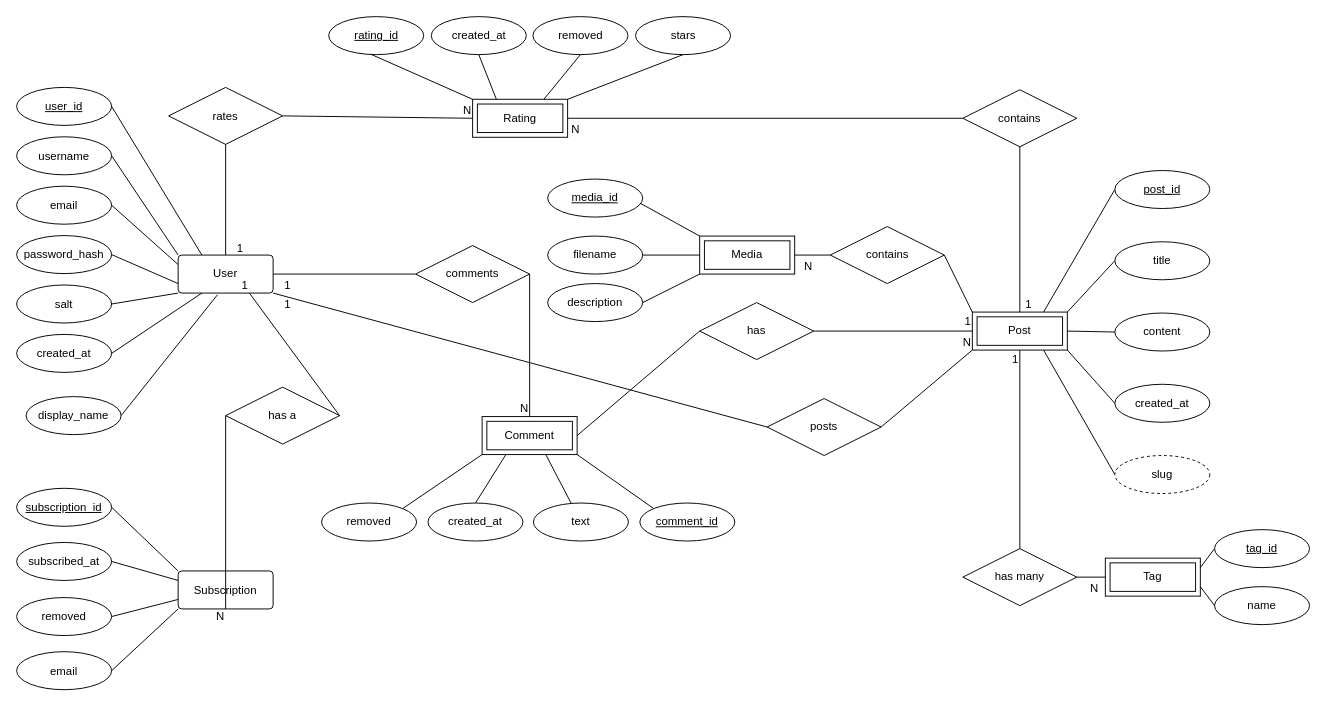
Before: diagrams/Untitled Diagram.drawio in blood-rogue/er-diagram, a draw.io diagram. Source tidied: cells renumbered, new cells numbered last; positions are measured from the earlier drawing's top-left corner, leaving out a move shared by most shapes. Both pictures are drawn from the tidied source at 95%, with x=0, y=0 at pixel (16, 16).
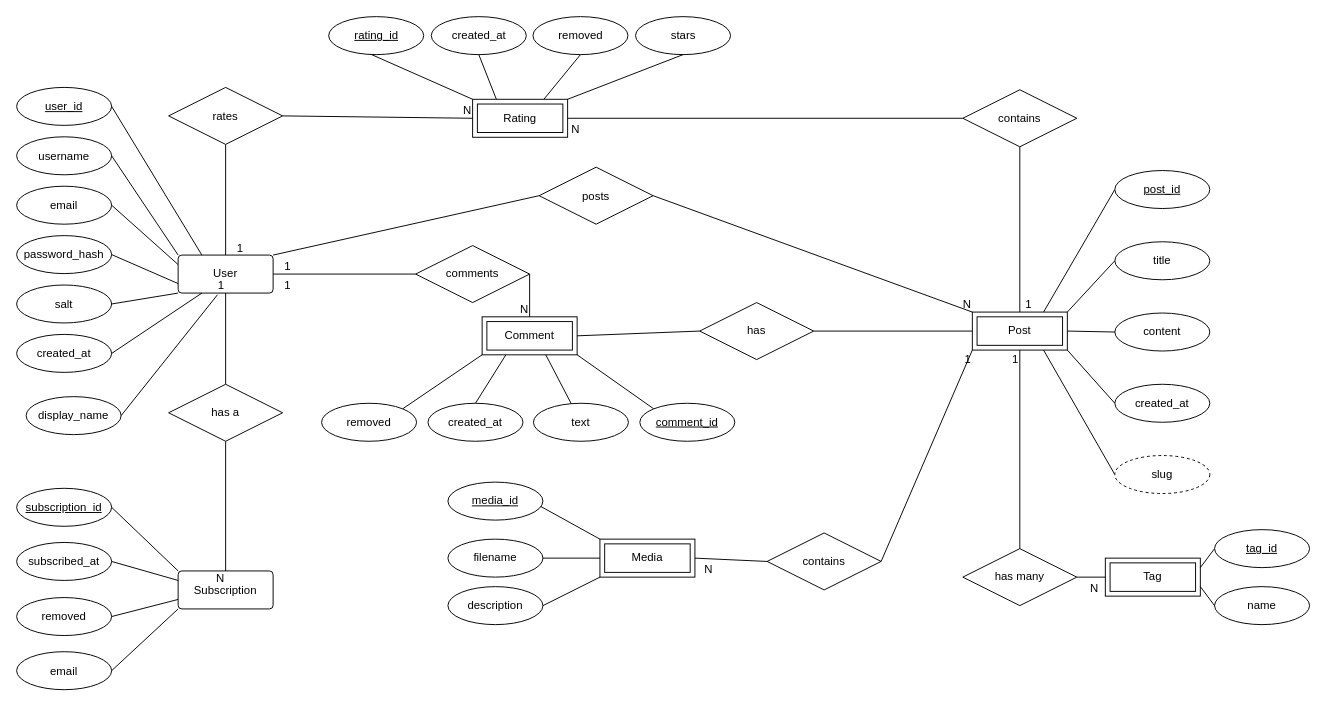
The same page after the edit.

Unchanged cells that the change refers to:
```xml
<mxCell id="8" value="User" style="rounded=1;arcSize=10;whiteSpace=wrap;html=1;align=center;" parent="1" vertex="1">
  <mxGeometry x="170" y="251" width="100" height="40" as="geometry" />
</mxCell>
<mxCell id="31" value="Post" style="shape=ext;margin=3;double=1;whiteSpace=wrap;html=1;align=center;" parent="1" vertex="1">
  <mxGeometry x="1006" y="311" width="100" height="40" as="geometry" />
</mxCell>
<mxCell id="41" value="Subscription" style="rounded=1;arcSize=10;whiteSpace=wrap;html=1;align=center;" parent="1" vertex="1">
  <mxGeometry x="170" y="583.5" width="100" height="40" as="geometry" />
</mxCell>
```

Change to the diagram source:
```diff
@@
     <mxCell id="10" value="Comment" style="shape=ext;margin=3;double=1;whiteSpace=wrap;html=1;align=center;" parent="1" vertex="1">
-      <mxGeometry x="490" y="421" width="100" height="40" as="geometry" />
+      <mxGeometry x="490" y="316" width="100" height="40" as="geometry" />
     </mxCell>
@@
     <mxCell id="12" value="Media" style="shape=ext;margin=3;double=1;whiteSpace=wrap;html=1;align=center;" parent="1" vertex="1">
-      <mxGeometry x="719" y="231" width="100" height="40" as="geometry" />
+      <mxGeometry x="614" y="550" width="100" height="40" as="geometry" />
     </mxCell>
@@
     <mxCell id="17" value="text" style="ellipse;whiteSpace=wrap;html=1;align=center;" parent="1" vertex="1">
-      <mxGeometry x="544" y="512" width="100" height="40" as="geometry" />
+      <mxGeometry x="544" y="407" width="100" height="40" as="geometry" />
     </mxCell>
     <mxCell id="18" value="created_at" style="ellipse;whiteSpace=wrap;html=1;align=center;" parent="1" vertex="1">
-      <mxGeometry x="433" y="512" width="100" height="40" as="geometry" />
+      <mxGeometry x="433" y="407" width="100" height="40" as="geometry" />
     </mxCell>
@@
     <mxCell id="29" value="removed" style="ellipse;whiteSpace=wrap;html=1;align=center;" parent="1" vertex="1">
-      <mxGeometry x="321" y="512" width="100" height="40" as="geometry" />
+      <mxGeometry x="321" y="407" width="100" height="40" as="geometry" />
     </mxCell>
@@
     <mxCell id="46" value="description" style="ellipse;whiteSpace=wrap;html=1;align=center;" parent="1" vertex="1">
-      <mxGeometry x="559" y="281" width="100" height="40" as="geometry" />
+      <mxGeometry x="454" y="600" width="100" height="40" as="geometry" />
     </mxCell>
     <mxCell id="47" value="filename" style="ellipse;whiteSpace=wrap;html=1;align=center;" parent="1" vertex="1">
-      <mxGeometry x="559" y="231" width="100" height="40" as="geometry" />
+      <mxGeometry x="454" y="550" width="100" height="40" as="geometry" />
     </mxCell>
     <mxCell id="48" style="endArrow=none;html=1;rounded=0;entryX=0;entryY=0;entryDx=0;entryDy=0;exitX=0.961;exitY=0.368;exitDx=0;exitDy=0;exitPerimeter=0;" parent="1" edge="1" target="12">
       <mxGeometry relative="1" as="geometry">
-        <mxPoint x="655.1" y="195.7" as="sourcePoint" />
+        <mxPoint x="550.1" y="514.7" as="sourcePoint" />
       </mxGeometry>
     </mxCell>
@@
     <mxCell id="59" value="media_id" style="ellipse;whiteSpace=wrap;html=1;align=center;fontStyle=4;" parent="1" vertex="1">
-      <mxGeometry x="559" y="171" width="100" height="40" as="geometry" />
+      <mxGeometry x="454" y="490" width="100" height="40" as="geometry" />
     </mxCell>
@@
     <mxCell id="61" value="comment_id" style="ellipse;whiteSpace=wrap;html=1;align=center;fontStyle=4;" parent="1" vertex="1">
-      <mxGeometry x="656" y="512" width="100" height="40" as="geometry" />
+      <mxGeometry x="656" y="407" width="100" height="40" as="geometry" />
     </mxCell>
@@
     <mxCell id="65" value="has a" style="shape=rhombus;perimeter=rhombusPerimeter;whiteSpace=wrap;html=1;align=center;" parent="1" vertex="1">
-      <mxGeometry x="220" y="390" width="120" height="60" as="geometry" />
+      <mxGeometry x="160" y="387" width="120" height="60" as="geometry" />
     </mxCell>
@@
     <mxCell id="70" value="contains" style="shape=rhombus;perimeter=rhombusPerimeter;whiteSpace=wrap;html=1;align=center;" parent="1" vertex="1">
-      <mxGeometry x="856.5" y="221" width="120" height="60" as="geometry" />
+      <mxGeometry x="790" y="543.5" width="120" height="60" as="geometry" />
     </mxCell>
@@
     <mxCell id="74" value="posts" style="shape=rhombus;perimeter=rhombusPerimeter;whiteSpace=wrap;html=1;align=center;" parent="1" vertex="1">
-      <mxGeometry x="790" y="402" width="120" height="60" as="geometry" />
+      <mxGeometry x="550" y="158.5" width="120" height="60" as="geometry" />
     </mxCell>
@@
-    <mxCell id="89" style="endArrow=none;html=1;rounded=0;entryX=0.75;entryY=1;entryDx=0;entryDy=0;exitX=1;exitY=0.5;exitDx=0;exitDy=0;" parent="1" edge="1" source="65" target="8">
+    <mxCell id="89" style="endArrow=none;html=1;rounded=0;entryX=0.5;entryY=1;entryDx=0;entryDy=0;exitX=0.5;exitY=0;exitDx=0;exitDy=0;" parent="1" edge="1" source="65" target="8">
       <mxGeometry relative="1" as="geometry" />
     </mxCell>
@@
-    <mxCell id="91" style="endArrow=none;html=1;rounded=0;entryX=0.5;entryY=1;entryDx=0;entryDy=0;exitX=0;exitY=0.5;exitDx=0;exitDy=0;" parent="1" edge="1" source="65" target="41">
+    <mxCell id="91" style="endArrow=none;html=1;rounded=0;entryX=0.5;entryY=0;entryDx=0;entryDy=0;exitX=0.5;exitY=1;exitDx=0;exitDy=0;" parent="1" edge="1" source="65" target="41">
       <mxGeometry relative="1" as="geometry" />
     </mxCell>
@@
-    <mxCell id="93" style="endArrow=none;html=1;rounded=0;entryX=0;entryY=1;entryDx=0;entryDy=0;exitX=1;exitY=0.5;exitDx=0;exitDy=0;" parent="1" edge="1" source="74" target="31">
+    <mxCell id="93" style="endArrow=none;html=1;rounded=0;entryX=0;entryY=0;entryDx=0;entryDy=0;exitX=1;exitY=0.5;exitDx=0;exitDy=0;" parent="1" edge="1" source="74" target="31">
       <mxGeometry relative="1" as="geometry" />
     </mxCell>
@@
-    <mxCell id="95" style="endArrow=none;html=1;rounded=0;entryX=1;entryY=1;entryDx=0;entryDy=0;exitX=0;exitY=0.5;exitDx=0;exitDy=0;" parent="1" edge="1" source="74" target="8">
+    <mxCell id="95" style="endArrow=none;html=1;rounded=0;entryX=1;entryY=0;entryDx=0;entryDy=0;exitX=0;exitY=0.5;exitDx=0;exitDy=0;" parent="1" edge="1" source="74" target="8">
       <mxGeometry relative="1" as="geometry" />
     </mxCell>
@@
-    <mxCell id="101" style="endArrow=none;html=1;rounded=0;entryX=0;entryY=0;entryDx=0;entryDy=0;exitX=1;exitY=0.5;exitDx=0;exitDy=0;" parent="1" edge="1" source="70" target="31">
+    <mxCell id="101" style="endArrow=none;html=1;rounded=0;entryX=0;entryY=1;entryDx=0;entryDy=0;exitX=1;exitY=0.5;exitDx=0;exitDy=0;" parent="1" edge="1" source="70" target="31">
       <mxGeometry relative="1" as="geometry" />
     </mxCell>
```
